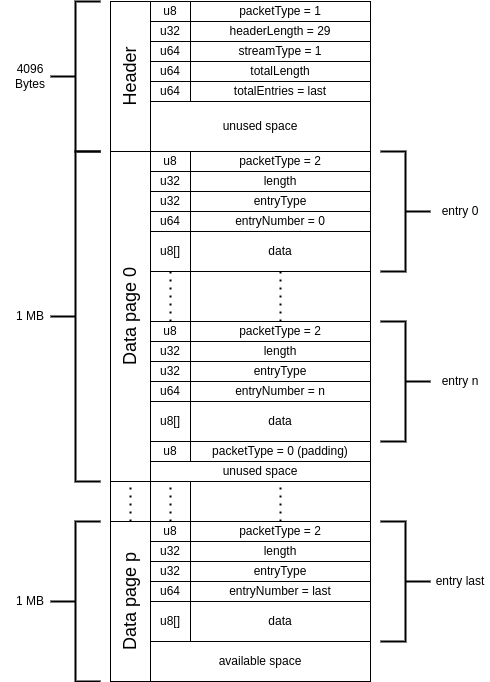
This is doc/data-streamer-bin-file.drawio.png from 0xPolygon/zkevm-data-streamer, a draw.io export, as it was before one commit. Source tidied: cells renumbered, new cells last; positions are measured from the earlier drawing's top-left corner, leaving out a move shared by most shapes.
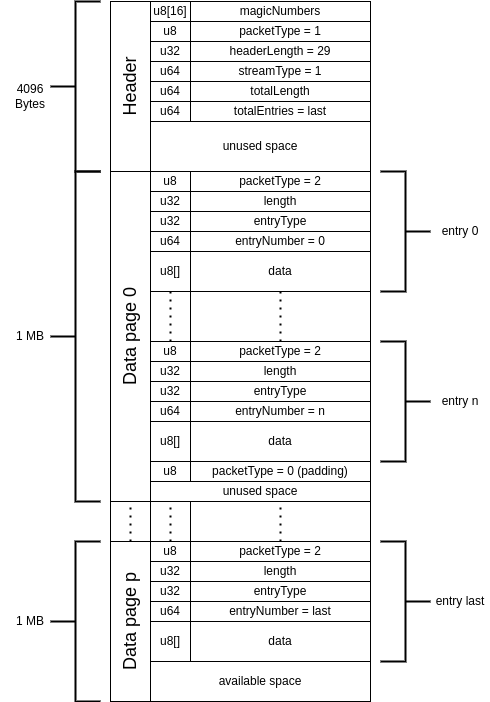
Above is the later version.

Commit message:
Add "magic numbers" info to doc and binary file format diagram (#29)

* Add "magic bytes" info to doc and binary file format diagram

* replace "magic bytes" for "magicNumbers". Remove "Magic numbers" as a section in the README.md

* undo "Magin numbers" section

What changed in the source:
```diff
@@ -3,7 +3,7 @@
     <mxCell id="0" />
     <mxCell id="1" parent="0" />
     <mxCell id="2" value="&lt;font style=&quot;font-size: 18px;&quot;&gt;Header&lt;/font&gt;" style="rounded=0;whiteSpace=wrap;html=1;horizontal=0;" parent="1" vertex="1">
-      <mxGeometry x="110" width="40" height="150" as="geometry" />
+      <mxGeometry x="110" y="-20" width="40" height="170" as="geometry" />
     </mxCell>
     <mxCell id="3" value="u8" style="rounded=0;whiteSpace=wrap;html=1;" parent="1" vertex="1">
       <mxGeometry x="150" width="40" height="20" as="geometry" />
@@ -192,7 +192,7 @@
       <mxGeometry x="150" y="460" width="220" height="20" as="geometry" />
     </mxCell>
     <mxCell id="65" style="strokeWidth=2;html=1;shape=mxgraph.flowchart.annotation_2;align=center;labelPosition=left;rotation=0;verticalAlign=bottom;verticalLabelPosition=middle;textDirection=ltr;horizontal=0;" parent="1" vertex="1">
-      <mxGeometry x="50" width="50" height="150" as="geometry" />
+      <mxGeometry x="50" y="-20" width="50" height="170" as="geometry" />
     </mxCell>
     <mxCell id="66" value="4096 Bytes" style="text;html=1;strokeColor=none;fillColor=none;align=center;verticalAlign=middle;whiteSpace=wrap;rounded=0;" parent="1" vertex="1">
       <mxGeometry y="60" width="60" height="30" as="geometry" />
@@ -209,5 +209,11 @@
     <mxCell id="70" value="1 MB" style="text;html=1;strokeColor=none;fillColor=none;align=center;verticalAlign=middle;whiteSpace=wrap;rounded=0;" parent="1" vertex="1">
       <mxGeometry y="585" width="60" height="30" as="geometry" />
     </mxCell>
+    <mxCell id="71" value="u8[16]" style="rounded=0;whiteSpace=wrap;html=1;" parent="1" vertex="1">
+      <mxGeometry x="150" y="-20" width="40" height="20" as="geometry" />
+    </mxCell>
+    <mxCell id="72" value="magicNumbers" style="rounded=0;whiteSpace=wrap;html=1;" parent="1" vertex="1">
+      <mxGeometry x="190" y="-20" width="180" height="20" as="geometry" />
+    </mxCell>
   </root>
 </mxGraphModel>
```
